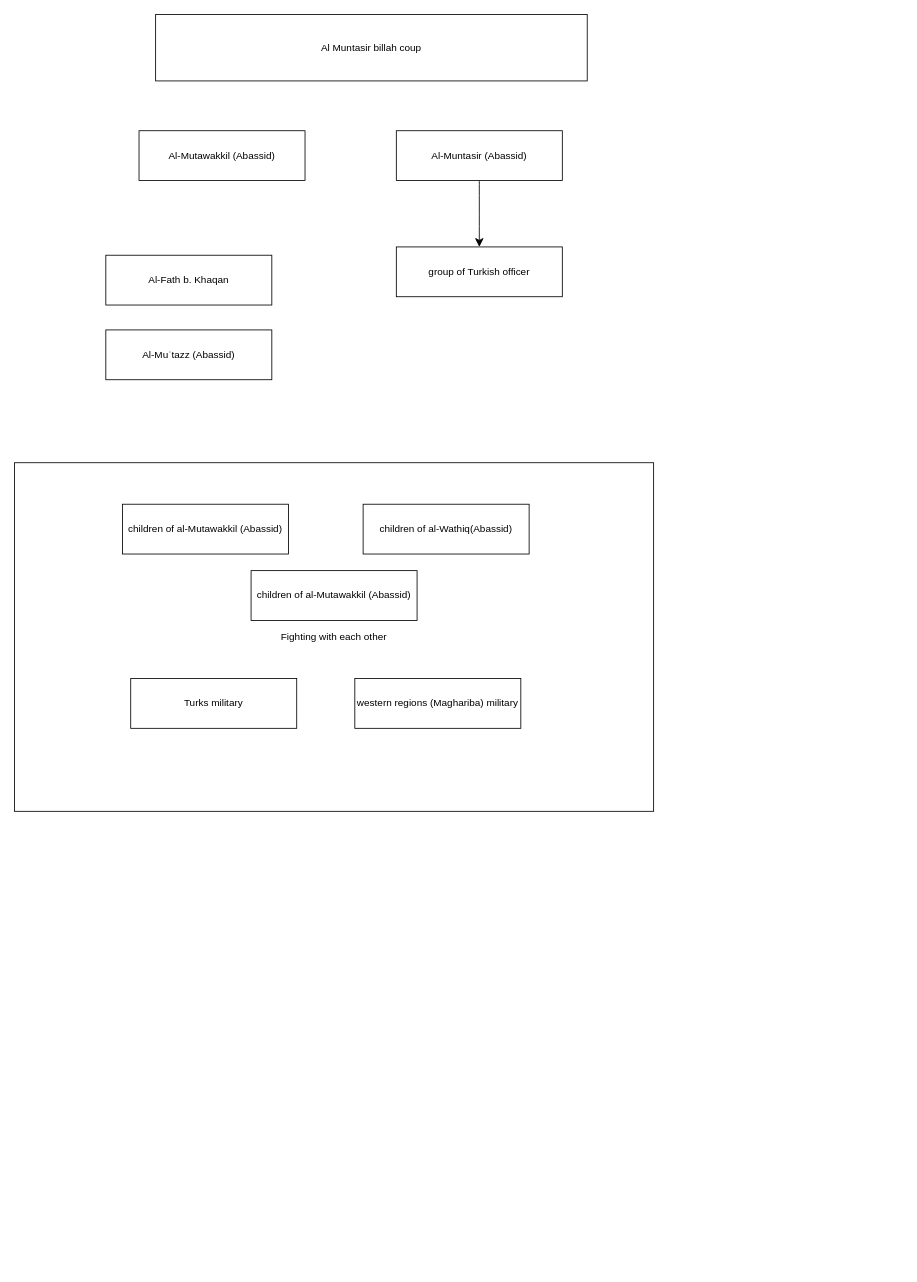
Above: page "Al Mutawakkil" (24 of 28) of Islam Groupings.drawio in azryzdy/hobbies (draw.io), before the change. Source tidied: cells renumbered, new cells numbered last; positions are measured from the earlier drawing's top-left corner, leaving out a move shared by most shapes. Both pictures are drawn from the tidied source at 83%, with x=0, y=0 at pixel (14, 14).
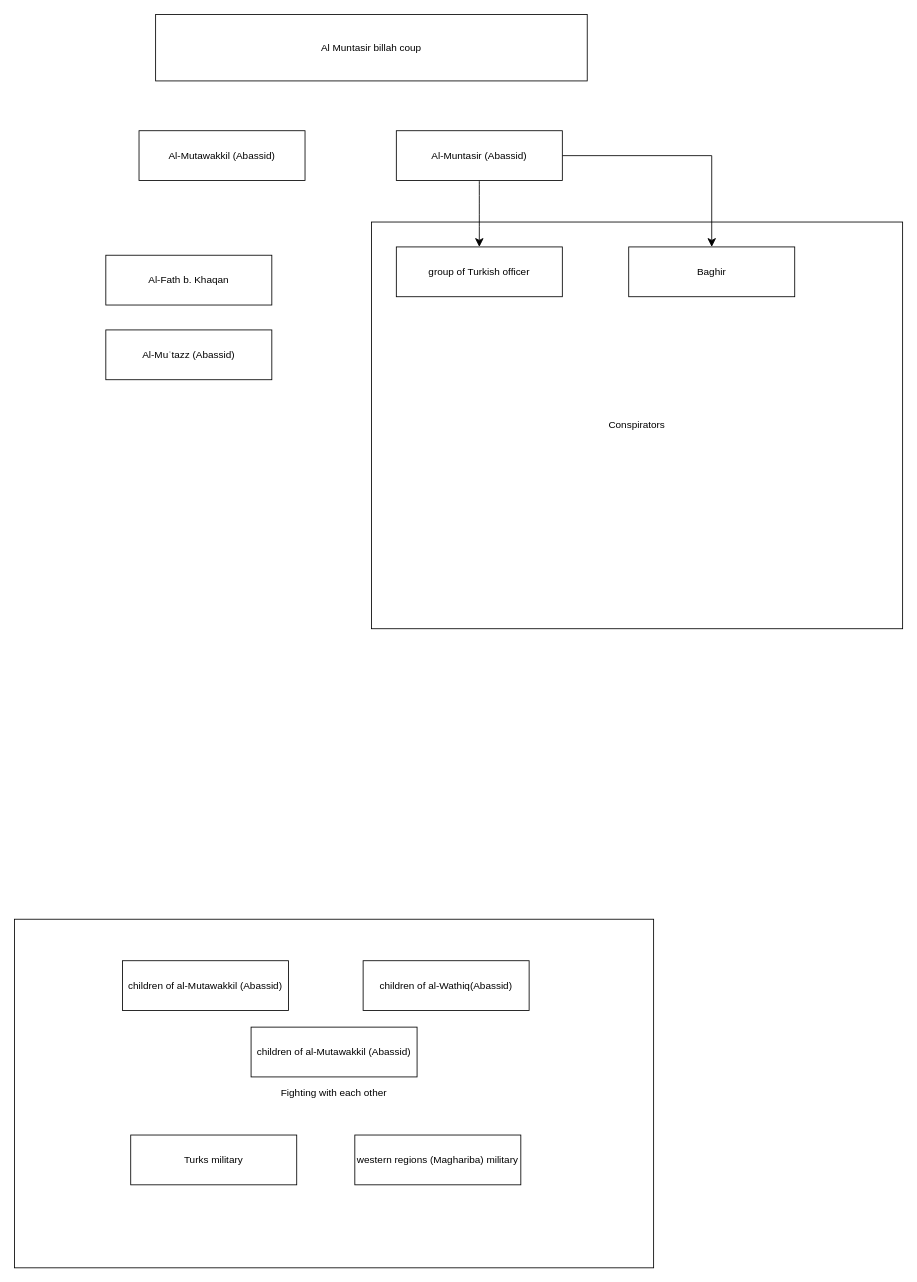
The same diagram, later.

Change to the diagram source:
```diff
@@
 <mxGraphModel>
   <root>
     <mxCell id="0" />
     <mxCell id="1" parent="0" />
+    <mxCell id="15" value="Conspirators" style="rounded=0;whiteSpace=wrap;html=1;" parent="1" vertex="1">
+      <mxGeometry x="430" y="250" width="640" height="490" as="geometry" />
+    </mxCell>
     <mxCell id="2" value="Fighting with each other" style="rounded=0;whiteSpace=wrap;html=1;" parent="1" vertex="1">
-      <mxGeometry y="540" width="770" height="420" as="geometry" />
+      <mxGeometry y="1090" width="770" height="420" as="geometry" />
     </mxCell>
     <mxCell id="3" value="Al Muntasir billah coup" style="rounded=0;whiteSpace=wrap;html=1;" parent="1" vertex="1">
       <mxGeometry x="170" width="520" height="80" as="geometry" />
     </mxCell>
     <mxCell id="4" style="edgeStyle=none;curved=1;rounded=0;jettySize=auto;html=1;entryX=0.5;entryY=0;entryDx=0;entryDy=0;fontSize=12;startSize=8;endSize=8;" parent="1" edge="1" source="5" target="9">
       <mxGeometry relative="1" as="geometry" />
     </mxCell>
+    <mxCell id="16" style="edgeStyle=orthogonalEdgeStyle;rounded=0;jettySize=auto;html=1;entryX=0.5;entryY=0;entryDx=0;entryDy=0;fontSize=12;startSize=8;endSize=8;" parent="1" edge="1" source="5" target="17">
+      <mxGeometry relative="1" as="geometry" />
+    </mxCell>
     <mxCell id="5" value="Al-Muntasir (Abassid)" style="rounded=0;whiteSpace=wrap;html=1;" parent="1" vertex="1">
       <mxGeometry x="460" y="140" width="200" height="60" as="geometry" />
     </mxCell>
     <mxCell id="6" value="Al-Mutawakkil (Abassid) " style="rounded=0;whiteSpace=wrap;html=1;" parent="1" vertex="1">
       <mxGeometry x="150" y="140" width="200" height="60" as="geometry" />
     </mxCell>
     <mxCell id="7" value="Al-Fath b. Khaqan" style="rounded=0;whiteSpace=wrap;html=1;" parent="1" vertex="1">
       <mxGeometry x="110" y="290" width="200" height="60" as="geometry" />
     </mxCell>
     <mxCell id="8" value="Al-Muʿtazz&lt;span style=&quot;display:inline;&quot;&gt; (Abassid&lt;/span&gt;)" style="rounded=0;whiteSpace=wrap;html=1;" parent="1" vertex="1">
       <mxGeometry x="110" y="380" width="200" height="60" as="geometry" />
     </mxCell>
     <mxCell id="9" value="group of Turkish officer" style="rounded=0;whiteSpace=wrap;html=1;" parent="1" vertex="1">
       <mxGeometry x="460" y="280" width="200" height="60" as="geometry" />
     </mxCell>
     <mxCell id="10" value="children of al-Mutawakkil&amp;nbsp;&lt;span style=&quot;display:inline;&quot;&gt;(Abassid&lt;/span&gt;)" style="rounded=0;whiteSpace=wrap;html=1;" parent="1" vertex="1">
-      <mxGeometry x="130" y="590" width="200" height="60" as="geometry" />
+      <mxGeometry x="130" y="1140" width="200" height="60" as="geometry" />
     </mxCell>
     <mxCell id="11" value="children of al-Wathiq&lt;span style=&quot;display:inline;&quot;&gt;(Abassid&lt;/span&gt;)" style="rounded=0;whiteSpace=wrap;html=1;" parent="1" vertex="1">
-      <mxGeometry x="420" y="590" width="200" height="60" as="geometry" />
+      <mxGeometry x="420" y="1140" width="200" height="60" as="geometry" />
     </mxCell>
     <mxCell id="12" value="western regions (Maghariba)&amp;nbsp;military" style="rounded=0;whiteSpace=wrap;html=1;" parent="1" vertex="1">
-      <mxGeometry x="410" y="800" width="200" height="60" as="geometry" />
+      <mxGeometry x="410" y="1350" width="200" height="60" as="geometry" />
     </mxCell>
     <mxCell id="13" value="Turks military" style="rounded=0;whiteSpace=wrap;html=1;" parent="1" vertex="1">
-      <mxGeometry x="140" y="800" width="200" height="60" as="geometry" />
+      <mxGeometry x="140" y="1350" width="200" height="60" as="geometry" />
     </mxCell>
     <mxCell id="14" value="children of al-Mutawakkil&amp;nbsp;&lt;span style=&quot;display:inline;&quot;&gt;(Abassid&lt;/span&gt;)" style="rounded=0;whiteSpace=wrap;html=1;" parent="1" vertex="1">
-      <mxGeometry x="285" y="670" width="200" height="60" as="geometry" />
+      <mxGeometry x="285" y="1220" width="200" height="60" as="geometry" />
     </mxCell>
+    <mxCell id="17" value="Baghir" style="rounded=0;whiteSpace=wrap;html=1;" parent="1" vertex="1">
+      <mxGeometry x="740" y="280" width="200" height="60" as="geometry" />
+    </mxCell>
   </root>
 </mxGraphModel>
```
